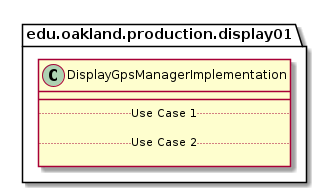
Earlier version of the PlantUML export docs/uml-class-diagrams/display01/production/DisplayGpsManagerImplementation/DisplayGpsManagerImplementation.png (elilley15/csi-3370-software-project). The source it was exported from:
```plantuml
@startuml DisplayGpsManagerImplementation

package edu.oakland.production.display01 {
    class DisplayGpsManagerImplementation {
        __
        .. Use Case 1 ..

        .. Use Case 2 ..

    }
}

@enduml
```
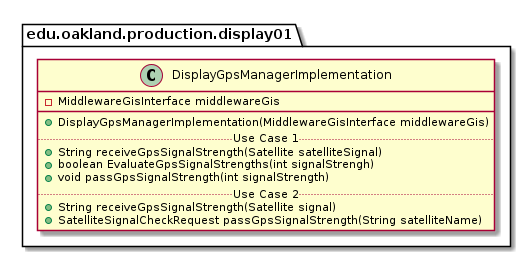
After the commit.

What changed in the source:
```diff
@@ -1,12 +1,17 @@
 @startuml DisplayGpsManagerImplementation
 
 package edu.oakland.production.display01 {
-    class DisplayGpsManagerImplementation {
-        __
-        .. Use Case 1 ..
-
-        .. Use Case 2 ..
-
+  class DisplayGpsManagerImplementation {
+    - MiddlewareGisInterface middlewareGis
+   __
+    + DisplayGpsManagerImplementation(MiddlewareGisInterface middlewareGis)
+    .. Use Case 1 ..
+    + String receiveGpsSignalStrength(Satellite satelliteSignal)
+    + boolean EvaluateGpsSignalStrengths(int signalStrengh)
+    + void passGpsSignalStrength(int signalStrength)
+    .. Use Case 2 ..
+    + String receiveGpsSignalStrength(Satellite signal)
+    + SatelliteSignalCheckRequest passGpsSignalStrength(String satelliteName)
     }
 }
 
```
